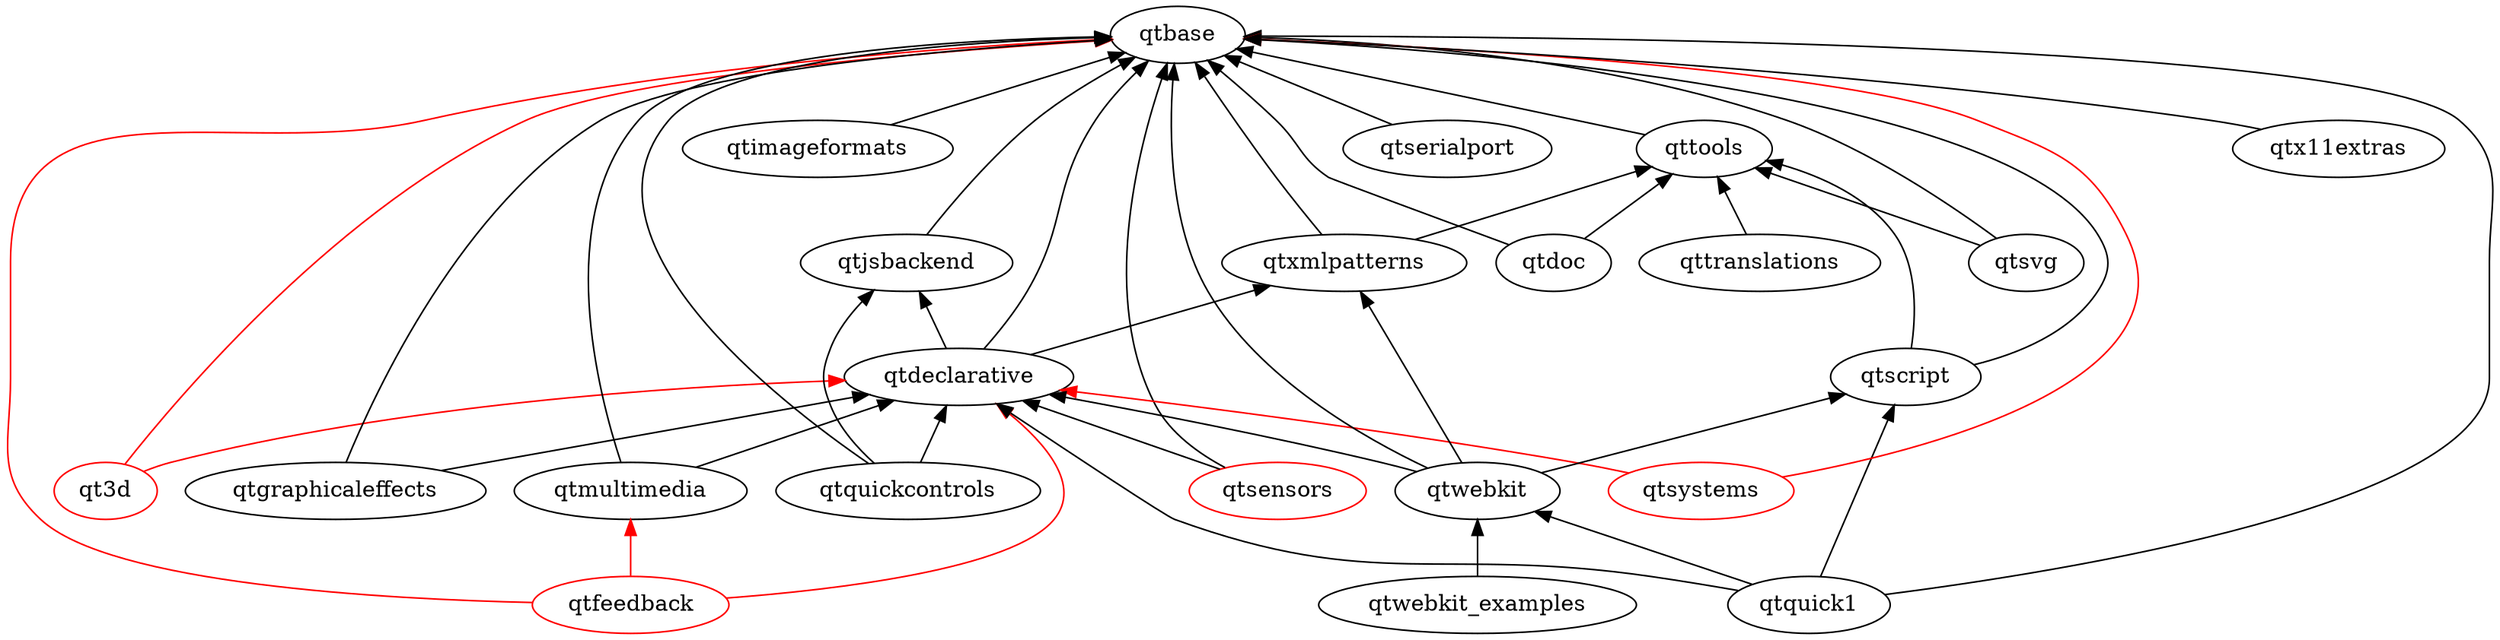
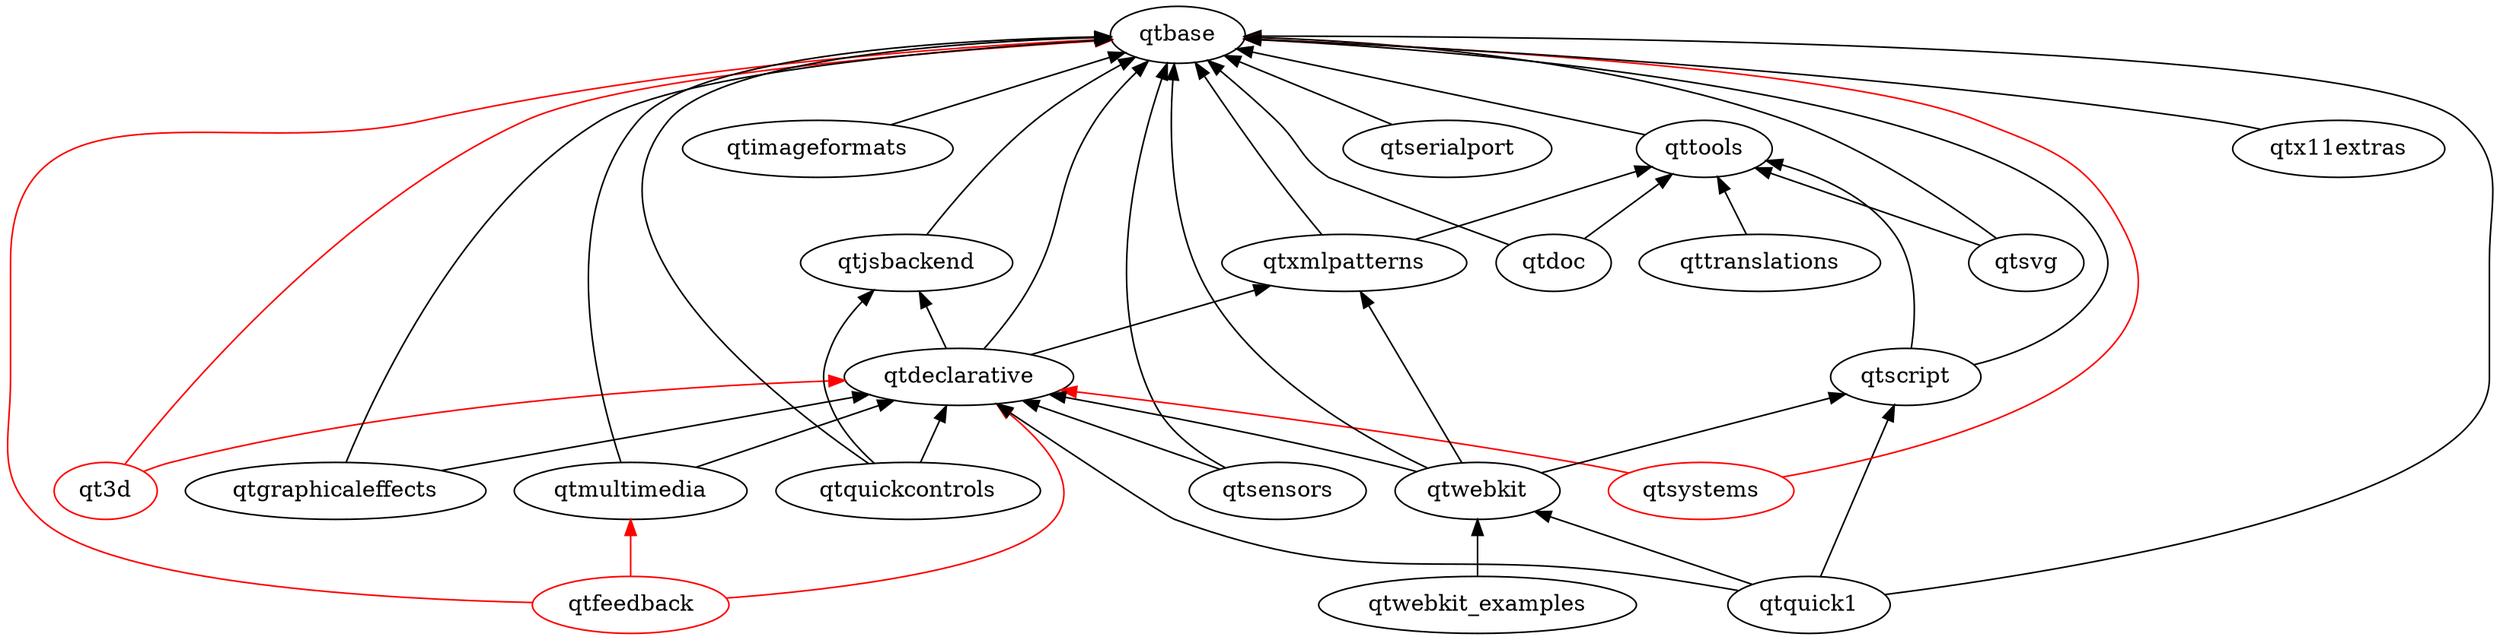
digraph qt5 {
  graph [
    rankdir = "BT"
  ]

  qt3d [ color = red ]
  qtbase
  qtdeclarative
  qtdoc
  qtfeedback [ color = red ]
  qtgraphicaleffects
  qtimageformats
  qtjsbackend
  qtmultimedia
  qtquick1
  qtquickcontrols
  qtscript
-   qtsensors [ color = red ]
+   qtsensors
  qtserialport
  qtsvg
  qtsystems [ color = red ]
  qttools
  qttranslations
  qtwebkit
  qtwebkit_examples
  qtx11extras
  qtxmlpatterns

  qtdeclarative -> qtbase
  qtdeclarative -> qtjsbackend
  qtdeclarative -> qtxmlpatterns
  qtdoc -> qtbase
  qtdoc -> qttools
  qtgraphicaleffects -> qtbase
  qtgraphicaleffects -> qtdeclarative
  qtimageformats -> qtbase
  qtjsbackend -> qtbase
  qtmultimedia -> qtbase
  qtmultimedia -> qtdeclarative
  qtquick1 -> qtbase
  qtquick1 -> qtdeclarative
  qtquick1 -> qtscript
  qtquick1 -> qtwebkit
  qtquickcontrols -> qtbase
  qtquickcontrols -> qtdeclarative
  qtquickcontrols -> qtjsbackend
  qtsensors -> qtbase
  qtsensors -> qtdeclarative
  qtserialport -> qtbase
  qtscript -> qtbase
  qtscript -> qttools
  qtsvg -> qtbase
  qtsvg -> qttools
  qttools -> qtbase
  qttranslations -> qttools
  qtwebkit -> qtbase
  qtwebkit -> qtdeclarative
  qtwebkit -> qtscript
  qtwebkit -> qtxmlpatterns
  qtwebkit_examples -> qtwebkit
  qtx11extras -> qtbase
  qtxmlpatterns -> qtbase
  qtxmlpatterns -> qttools

  // unsure/not-uploaded
  qt3d -> qtbase [ color = red ]
  qt3d -> qtdeclarative [ color = red ]
  qtfeedback -> qtbase [ color = red ]
  qtfeedback -> qtdeclarative [ color = red ]
  qtfeedback -> qtmultimedia [ color = red ]
  qtsystems -> qtbase [ color = red ]
  qtsystems -> qtdeclarative [ color = red ]
}
